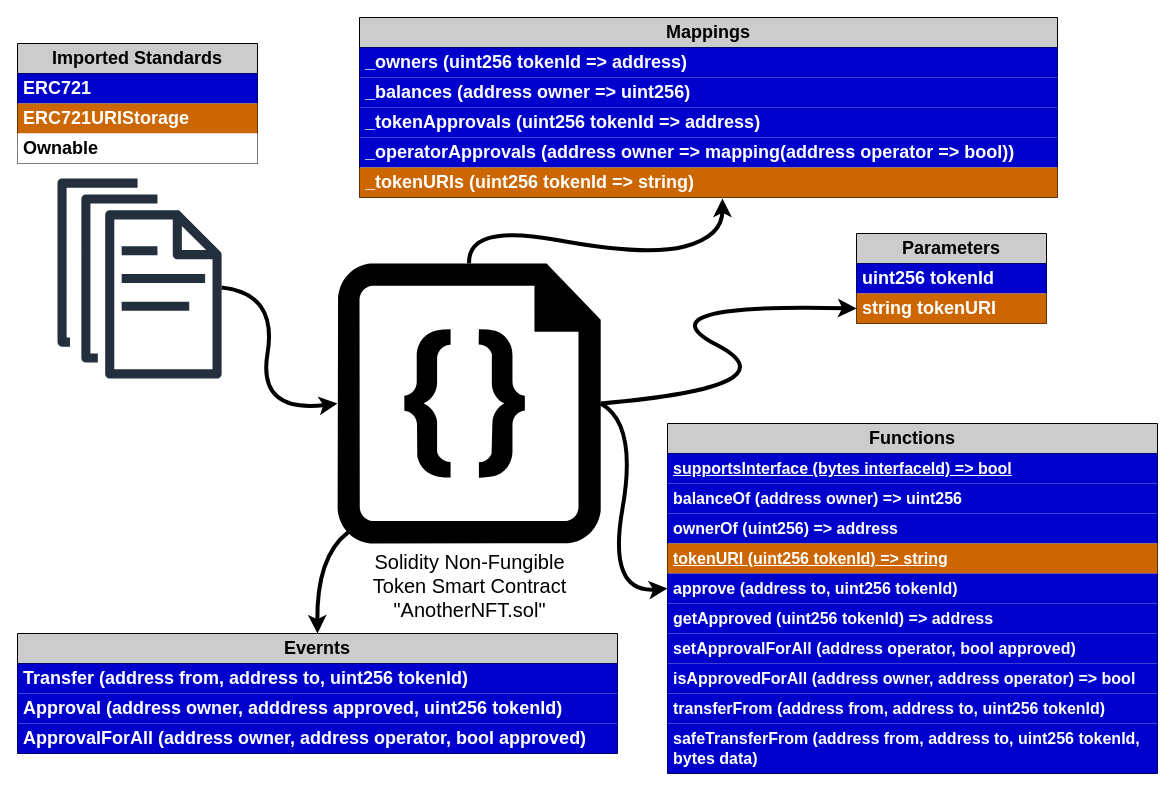
rdlalmeida/latex_projects keeps this draw.io diagram as 04_NFT_Comparison/Images/04_Solidity_NFT_Contract_Arch.drawio. Above is the earlier version. Source tidied: cells renumbered, new cells numbered last; positions are measured from the earlier drawing's top-left corner, leaving out a move shared by most shapes. Both pictures are drawn from the tidied source at 100%, with x=0, y=0 at pixel (17, 17).
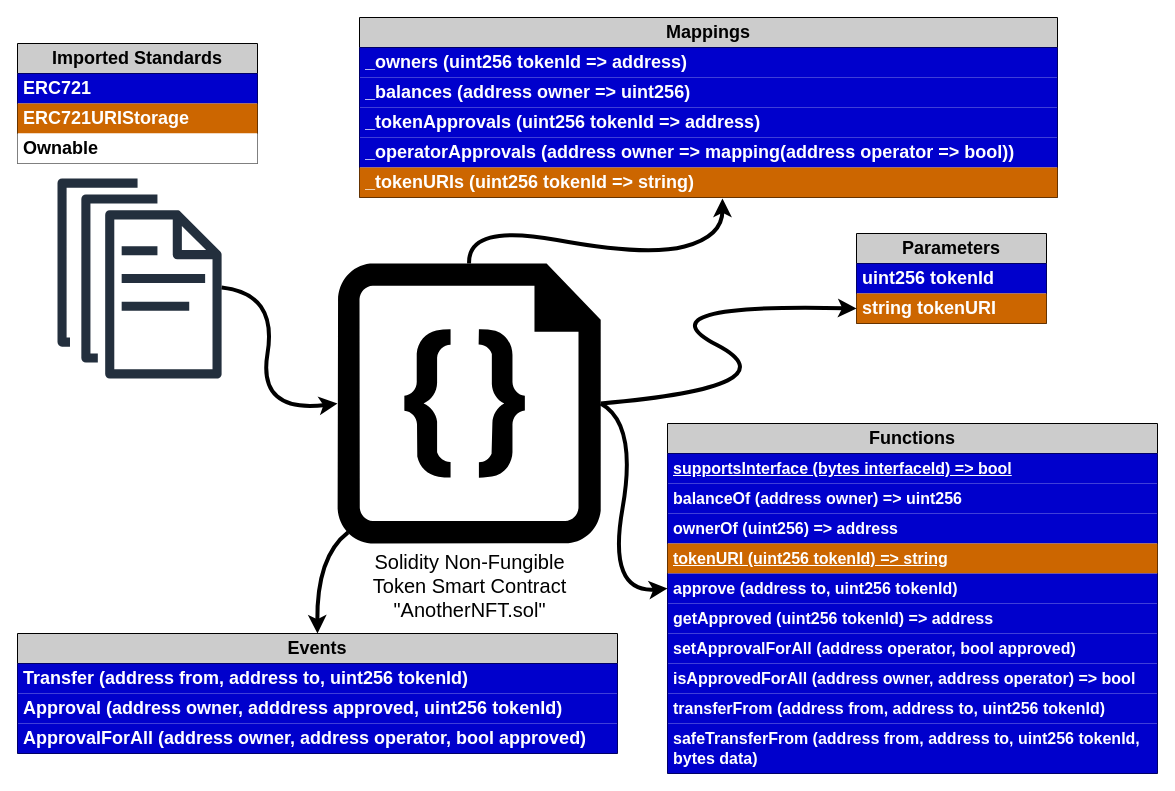
After the change.

What changed in the source:
```diff
@@
-    <mxCell id="24" value="&lt;b style=&quot;font-size: 18px;&quot;&gt;Evernts&lt;/b&gt;" style="swimlane;fontStyle=0;horizontal=1;startSize=30;whiteSpace=wrap;html=1;fillColor=#CCCCCC;fontSize=18;" parent="1" vertex="1">
+    <mxCell id="24" value="&lt;b style=&quot;font-size: 18px;&quot;&gt;Eve&lt;/b&gt;&lt;b style=&quot;background-color: initial;&quot;&gt;nts&lt;/b&gt;" style="swimlane;fontStyle=0;horizontal=1;startSize=30;whiteSpace=wrap;html=1;fillColor=#CCCCCC;fontSize=18;" parent="1" vertex="1">
       <mxGeometry y="616" width="600" height="120" as="geometry" />
     </mxCell>
```
